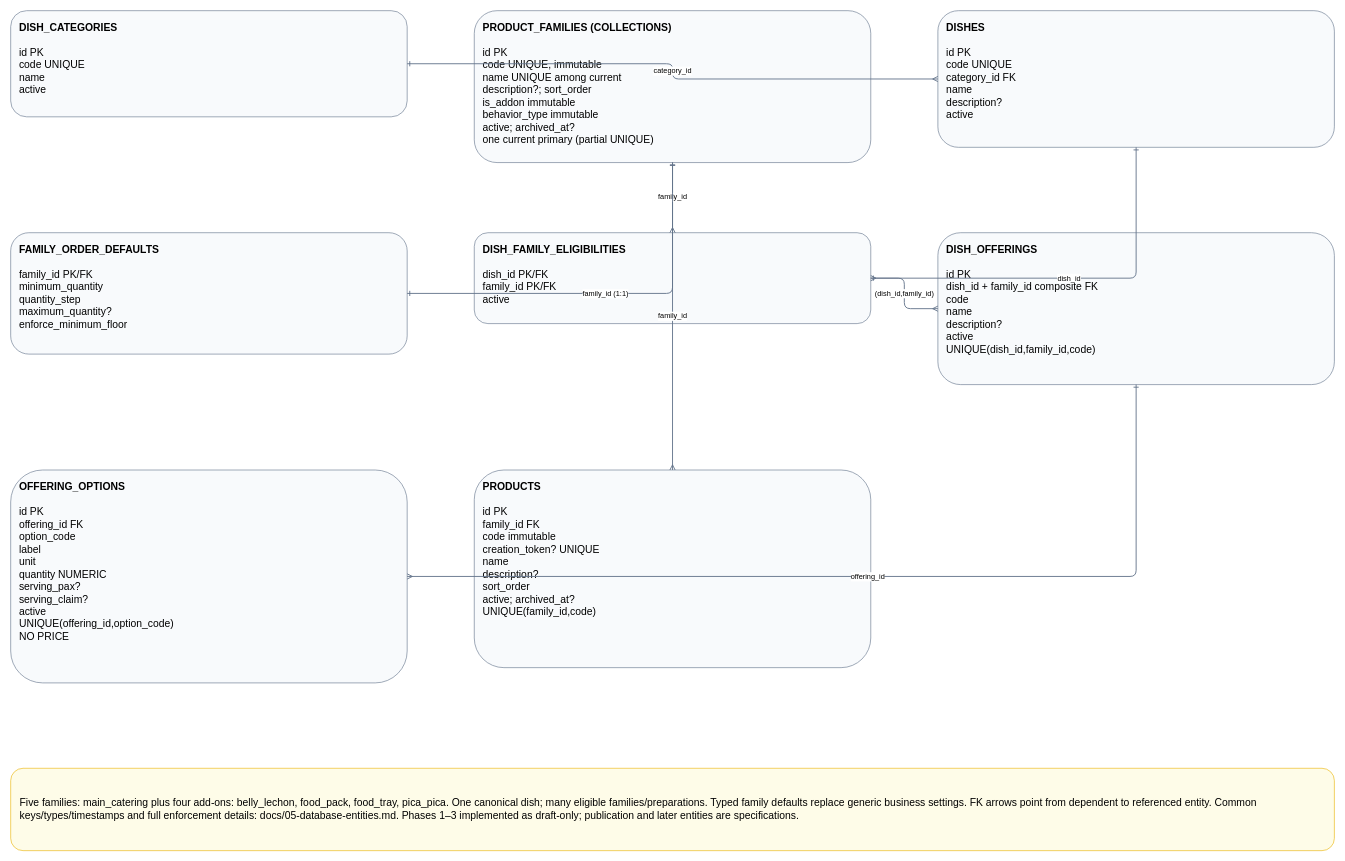
Above: page "01 Master Catalog" (1 of 5) of docs/diagrams/catalog_v3.drawio in garfield2001/zek-catering-reservation (draw.io), before the change. Source tidied: cells renumbered, new cells numbered last; positions are measured from the earlier drawing's top-left corner, leaving out a move shared by most shapes. Both pictures are drawn from the tidied source at 61%, with x=0, y=0 at pixel (10, 10).
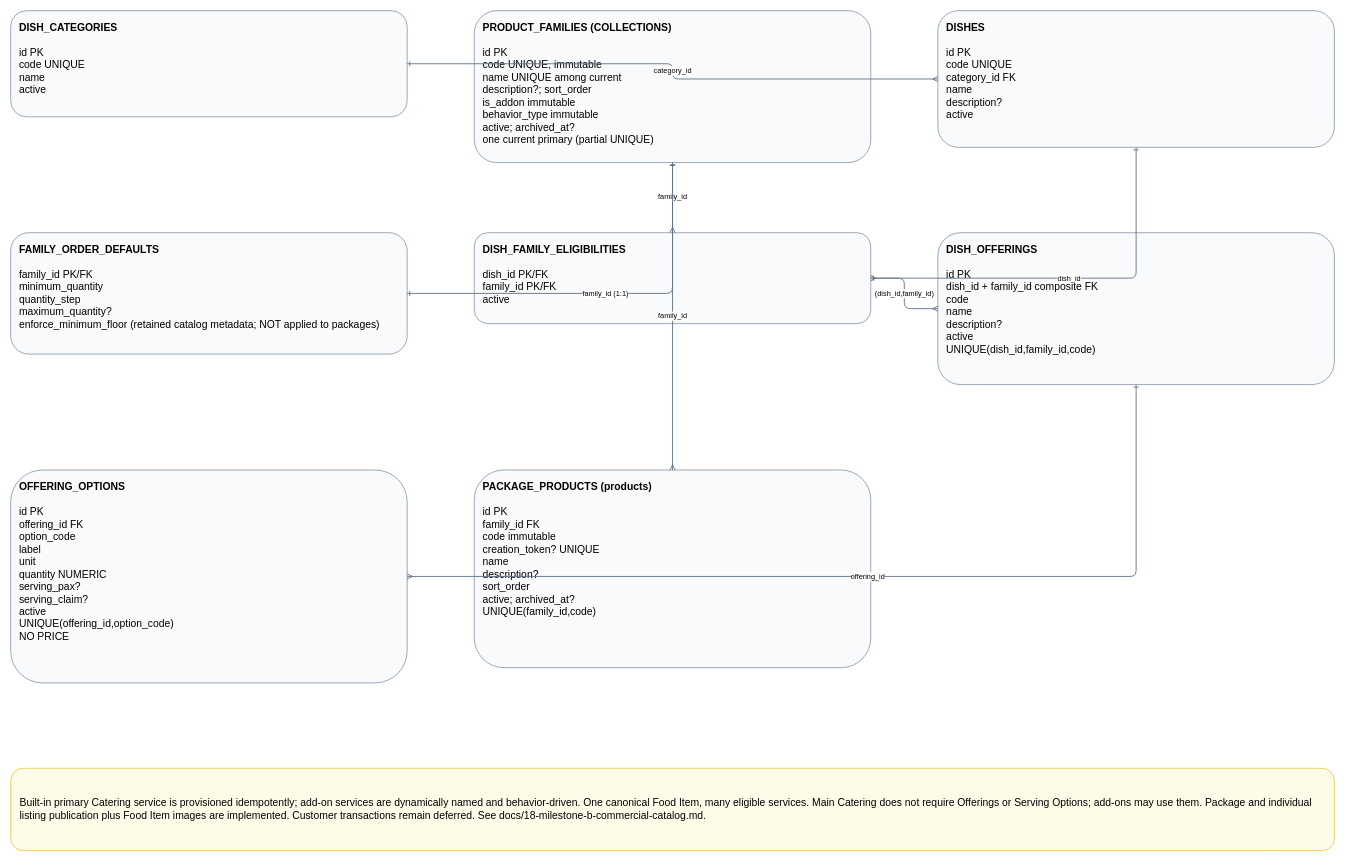
After the change.

What changed in the source:
```diff
@@
 <mxGraphModel>
   <root>
     <mxCell id="0" />
     <mxCell id="1" parent="0" />
     <mxCell id="2" value="&lt;b&gt;DISH_CATEGORIES&lt;/b&gt;&lt;br/&gt;&lt;br/&gt;id PK&lt;br/&gt;code UNIQUE&lt;br/&gt;name&lt;br/&gt;active" style="rounded=1;whiteSpace=wrap;html=1;fillColor=#f8fafc;strokeColor=#64748b;fontSize=17;align=left;verticalAlign=top;spacing=14;" parent="1" vertex="1">
       <mxGeometry width="650" height="174" as="geometry" />
     </mxCell>
     <mxCell id="3" value="&lt;b&gt;PRODUCT_FAMILIES (COLLECTIONS)&lt;/b&gt;&lt;br/&gt;&lt;br/&gt;id PK&lt;br/&gt;code UNIQUE, immutable&lt;br/&gt;name UNIQUE among current&lt;br/&gt;description?; sort_order&lt;br/&gt;is_addon immutable&lt;br/&gt;behavior_type immutable&lt;br/&gt;active; archived_at?&lt;br/&gt;one current primary (partial UNIQUE)" style="rounded=1;whiteSpace=wrap;html=1;fillColor=#f8fafc;strokeColor=#64748b;fontSize=17;align=left;verticalAlign=top;spacing=14;" parent="1" vertex="1">
       <mxGeometry x="760" width="650" height="249" as="geometry" />
     </mxCell>
     <mxCell id="4" value="&lt;b&gt;DISHES&lt;/b&gt;&lt;br/&gt;&lt;br/&gt;id PK&lt;br/&gt;code UNIQUE&lt;br/&gt;category_id FK&lt;br/&gt;name&lt;br/&gt;description?&lt;br/&gt;active" style="rounded=1;whiteSpace=wrap;html=1;fillColor=#f8fafc;strokeColor=#64748b;fontSize=17;align=left;verticalAlign=top;spacing=14;" parent="1" vertex="1">
       <mxGeometry x="1520" width="650" height="224" as="geometry" />
     </mxCell>
-    <mxCell id="5" value="&lt;b&gt;FAMILY_ORDER_DEFAULTS&lt;/b&gt;&lt;br/&gt;&lt;br/&gt;family_id PK/FK&lt;br/&gt;minimum_quantity&lt;br/&gt;quantity_step&lt;br/&gt;maximum_quantity?&lt;br/&gt;enforce_minimum_floor" style="rounded=1;whiteSpace=wrap;html=1;fillColor=#f8fafc;strokeColor=#64748b;fontSize=17;align=left;verticalAlign=top;spacing=14;" parent="1" vertex="1">
+    <mxCell id="5" value="&lt;b&gt;FAMILY_ORDER_DEFAULTS&lt;/b&gt;&lt;br/&gt;&lt;br/&gt;family_id PK/FK&lt;br/&gt;minimum_quantity&lt;br/&gt;quantity_step&lt;br/&gt;maximum_quantity?&lt;br/&gt;enforce_minimum_floor (retained catalog metadata; NOT applied to packages)" style="rounded=1;whiteSpace=wrap;html=1;fillColor=#f8fafc;strokeColor=#64748b;fontSize=17;align=left;verticalAlign=top;spacing=14;" parent="1" vertex="1">
       <mxGeometry y="364" width="650" height="199" as="geometry" />
     </mxCell>
     <mxCell id="6" value="&lt;b&gt;DISH_FAMILY_ELIGIBILITIES&lt;/b&gt;&lt;br/&gt;&lt;br/&gt;dish_id PK/FK&lt;br/&gt;family_id PK/FK&lt;br/&gt;active" style="rounded=1;whiteSpace=wrap;html=1;fillColor=#f8fafc;strokeColor=#64748b;fontSize=17;align=left;verticalAlign=top;spacing=14;" parent="1" vertex="1">
       <mxGeometry x="760" y="364" width="650" height="149" as="geometry" />
     </mxCell>
     <mxCell id="7" value="&lt;b&gt;DISH_OFFERINGS&lt;/b&gt;&lt;br/&gt;&lt;br/&gt;id PK&lt;br/&gt;dish_id + family_id composite FK&lt;br/&gt;code&lt;br/&gt;name&lt;br/&gt;description?&lt;br/&gt;active&lt;br/&gt;UNIQUE(dish_id,family_id,code)" style="rounded=1;whiteSpace=wrap;html=1;fillColor=#f8fafc;strokeColor=#64748b;fontSize=17;align=left;verticalAlign=top;spacing=14;" parent="1" vertex="1">
       <mxGeometry x="1520" y="364" width="650" height="249" as="geometry" />
     </mxCell>
     <mxCell id="8" value="&lt;b&gt;OFFERING_OPTIONS&lt;/b&gt;&lt;br/&gt;&lt;br/&gt;id PK&lt;br/&gt;offering_id FK&lt;br/&gt;option_code&lt;br/&gt;label&lt;br/&gt;unit&lt;br/&gt;quantity NUMERIC&lt;br/&gt;serving_pax?&lt;br/&gt;serving_claim?&lt;br/&gt;active&lt;br/&gt;UNIQUE(offering_id,option_code)&lt;br/&gt;NO PRICE" style="rounded=1;whiteSpace=wrap;html=1;fillColor=#f8fafc;strokeColor=#64748b;fontSize=17;align=left;verticalAlign=top;spacing=14;" parent="1" vertex="1">
       <mxGeometry y="753" width="650" height="349" as="geometry" />
     </mxCell>
-    <mxCell id="9" value="&lt;b&gt;PRODUCTS&lt;/b&gt;&lt;br/&gt;&lt;br/&gt;id PK&lt;br/&gt;family_id FK&lt;br/&gt;code immutable&lt;br/&gt;creation_token? UNIQUE&lt;br/&gt;name&lt;br/&gt;description?&lt;br/&gt;sort_order&lt;br/&gt;active; archived_at?&lt;br/&gt;UNIQUE(family_id,code)" style="rounded=1;whiteSpace=wrap;html=1;fillColor=#f8fafc;strokeColor=#64748b;fontSize=17;align=left;verticalAlign=top;spacing=14;" parent="1" vertex="1">
+    <mxCell id="9" value="&lt;b&gt;PACKAGE_PRODUCTS (products)&lt;/b&gt;&lt;br/&gt;&lt;br/&gt;id PK&lt;br/&gt;family_id FK&lt;br/&gt;code immutable&lt;br/&gt;creation_token? UNIQUE&lt;br/&gt;name&lt;br/&gt;description?&lt;br/&gt;sort_order&lt;br/&gt;active; archived_at?&lt;br/&gt;UNIQUE(family_id,code)" style="rounded=1;whiteSpace=wrap;html=1;fillColor=#f8fafc;strokeColor=#64748b;fontSize=17;align=left;verticalAlign=top;spacing=14;" parent="1" vertex="1">
       <mxGeometry x="760" y="753" width="650" height="324" as="geometry" />
     </mxCell>
     <mxCell id="10" value="category_id" style="edgeStyle=orthogonalEdgeStyle;rounded=1;html=1;endArrow=ERone;startArrow=ERmany;strokeColor=#64748b;strokeWidth=1.5;fontSize=12;labelBackgroundColor=#ffffff;" parent="1" edge="1" source="4" target="2">
       <mxGeometry relative="1" as="geometry" />
     </mxCell>
     <mxCell id="11" value="family_id (1:1)" style="edgeStyle=orthogonalEdgeStyle;rounded=1;html=1;endArrow=ERone;startArrow=ERone;strokeColor=#64748b;strokeWidth=1.5;fontSize=12;labelBackgroundColor=#ffffff;" parent="1" edge="1" source="5" target="3">
       <mxGeometry relative="1" as="geometry" />
     </mxCell>
     <mxCell id="12" value="dish_id" style="edgeStyle=orthogonalEdgeStyle;rounded=1;html=1;endArrow=ERone;startArrow=ERmany;strokeColor=#64748b;strokeWidth=1.5;fontSize=12;labelBackgroundColor=#ffffff;" parent="1" edge="1" source="6" target="4">
       <mxGeometry relative="1" as="geometry" />
     </mxCell>
     <mxCell id="13" value="family_id" style="edgeStyle=orthogonalEdgeStyle;rounded=1;html=1;endArrow=ERone;startArrow=ERmany;strokeColor=#64748b;strokeWidth=1.5;fontSize=12;labelBackgroundColor=#ffffff;" parent="1" edge="1" source="6" target="3">
       <mxGeometry relative="1" as="geometry" />
     </mxCell>
     <mxCell id="14" value="(dish_id,family_id)" style="edgeStyle=orthogonalEdgeStyle;rounded=1;html=1;endArrow=ERone;startArrow=ERmany;strokeColor=#64748b;strokeWidth=1.5;fontSize=12;labelBackgroundColor=#ffffff;" parent="1" edge="1" source="7" target="6">
       <mxGeometry relative="1" as="geometry" />
     </mxCell>
     <mxCell id="15" value="offering_id" style="edgeStyle=orthogonalEdgeStyle;rounded=1;html=1;endArrow=ERone;startArrow=ERmany;strokeColor=#64748b;strokeWidth=1.5;fontSize=12;labelBackgroundColor=#ffffff;" parent="1" edge="1" source="8" target="7">
       <mxGeometry relative="1" as="geometry" />
     </mxCell>
     <mxCell id="16" value="family_id" style="edgeStyle=orthogonalEdgeStyle;rounded=1;html=1;endArrow=ERone;startArrow=ERmany;strokeColor=#64748b;strokeWidth=1.5;fontSize=12;labelBackgroundColor=#ffffff;" parent="1" edge="1" source="9" target="3">
       <mxGeometry relative="1" as="geometry" />
     </mxCell>
-    <mxCell id="17" value="Five families: main_catering plus four add-ons: belly_lechon, food_pack, food_tray, pica_pica. One canonical dish; many eligible families/preparations. Typed family defaults replace generic business settings. FK arrows point from dependent to referenced entity. Common keys/types/timestamps and full enforcement details: docs/05-database-entities.md. Phases 1–3 implemented as draft-only; publication and later entities are specifications." style="rounded=1;whiteSpace=wrap;html=1;fillColor=#fefce8;strokeColor=#eab308;fontSize=17;align=left;spacing=15;" parent="1" vertex="1">
+    <mxCell id="17" value="Built-in primary Catering service is provisioned idempotently; add-on services are dynamically named and behavior-driven. One canonical Food Item, many eligible services. Main Catering does not require Offerings or Serving Options; add-ons may use them. Package and individual listing publication plus Food Item images are implemented. Customer transactions remain deferred. See docs/18-milestone-b-commercial-catalog.md." style="rounded=1;whiteSpace=wrap;html=1;fillColor=#fefce8;strokeColor=#eab308;fontSize=17;align=left;spacing=15;" parent="1" vertex="1">
       <mxGeometry y="1242" width="2170" height="135" as="geometry" />
     </mxCell>
   </root>
 </mxGraphModel>
```
